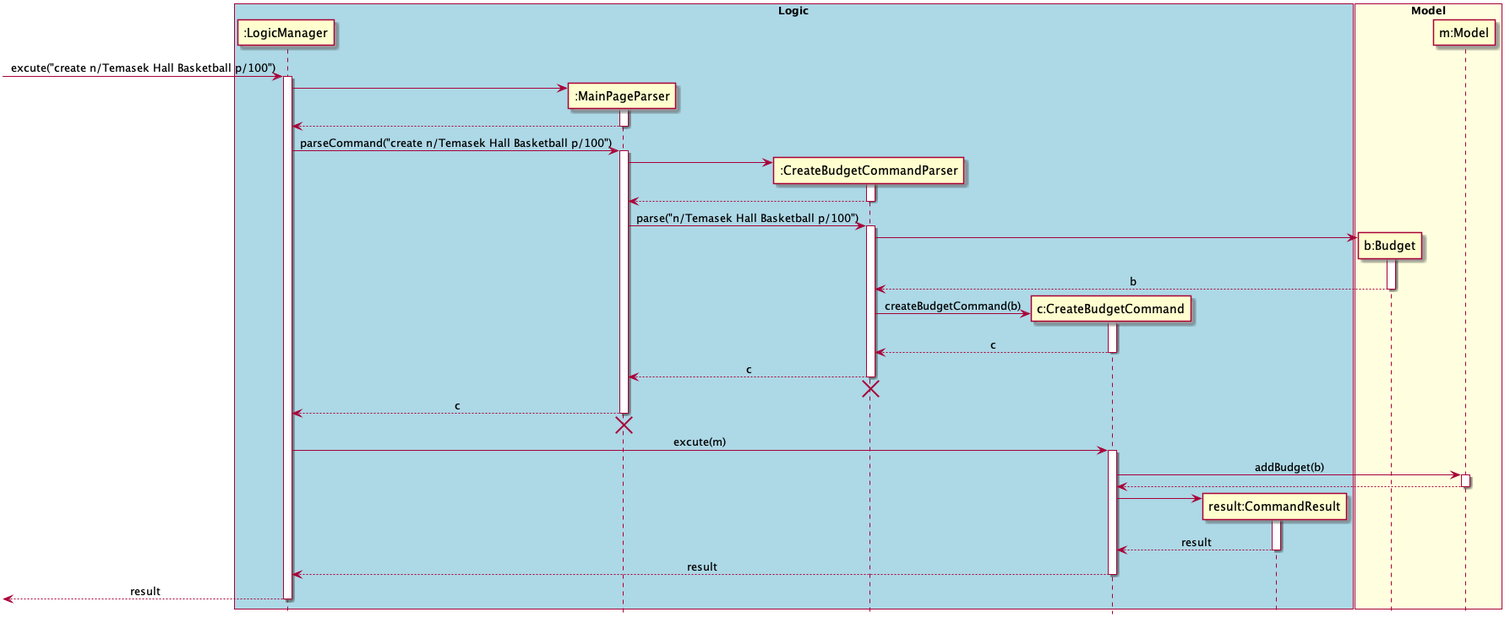
Earlier version of the PlantUML export docs/diagrams/commandsPlantUML/diagram/CreateBudgetCommand.png (yu-ming-chen/tp).
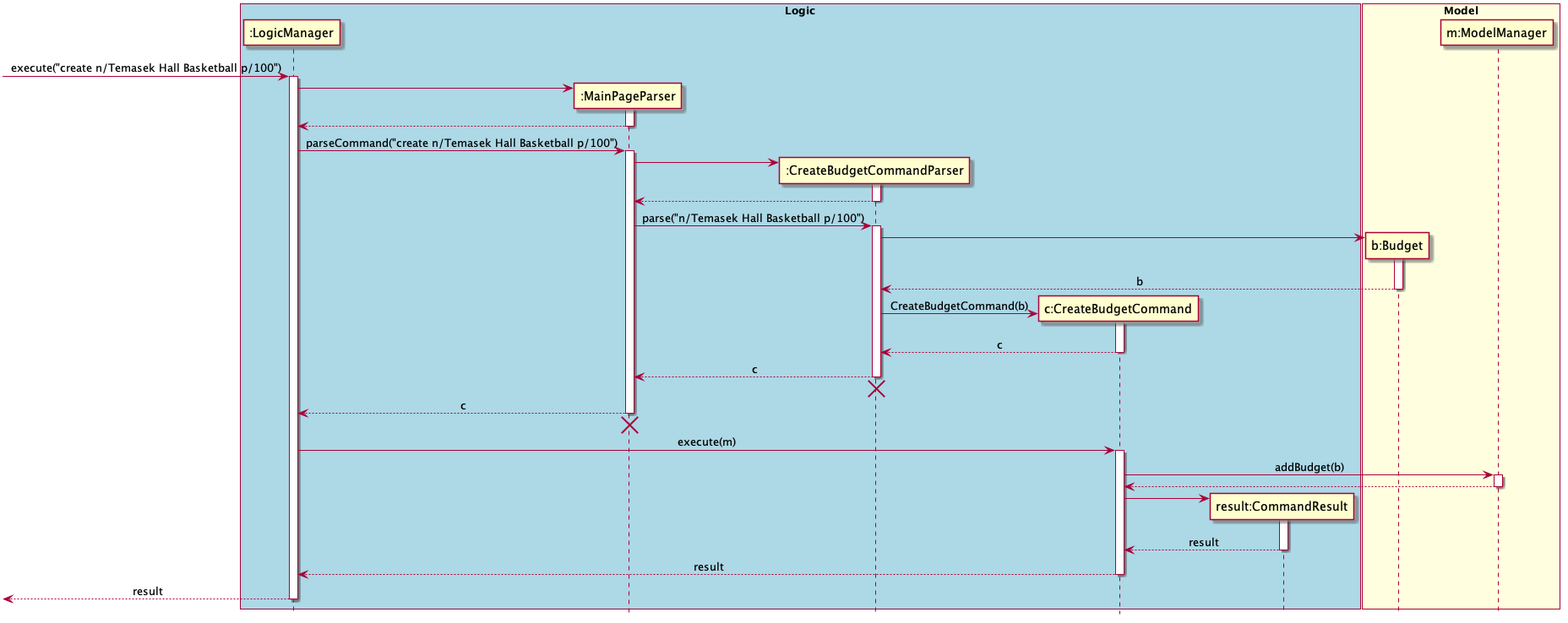
After the commit.

Diff of the diagram source:
```diff
@@ -13,10 +13,10 @@
 
 box "Model" #LightYellow
 participant "b:Budget" as Budget
-participant "m:Model" as M
+participant "m:ModelManager" as M
 end box
 
-[-> LM : excute("create n/Temasek Hall Basketball p/100")
+[-> LM : execute("create n/Temasek Hall Basketball p/100")
 activate LM
 create MPP
 LM -> MPP
@@ -41,7 +41,7 @@
 deactivate Budget
 
 create CBC
-CBCP -> CBC : createBudgetCommand(b)
+CBCP -> CBC : CreateBudgetCommand(b)
 activate CBC
 CBCP <-- CBC : c
 deactivate CBC
@@ -57,7 +57,7 @@
 LM <-[hidden]- MPP
 destroy MPP
 
-LM -> CBC: excute(m)
+LM -> CBC: execute(m)
 
 activate CBC
 CBC -> M : addBudget(b)
```
